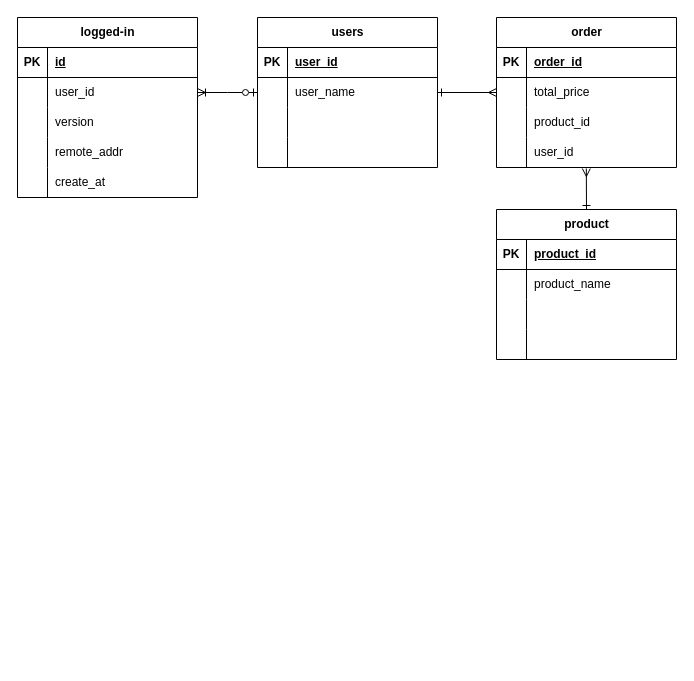
This is userErd.drawio from choiminwoo2/data-storage, a draw.io file, before an edit. Source tidied: cells renumbered, new cells numbered last; positions are measured from the earlier drawing's top-left corner, leaving out a move shared by most shapes. Both pictures are drawn from the tidied source at 100%, with x=0, y=0 at pixel (17, 17).
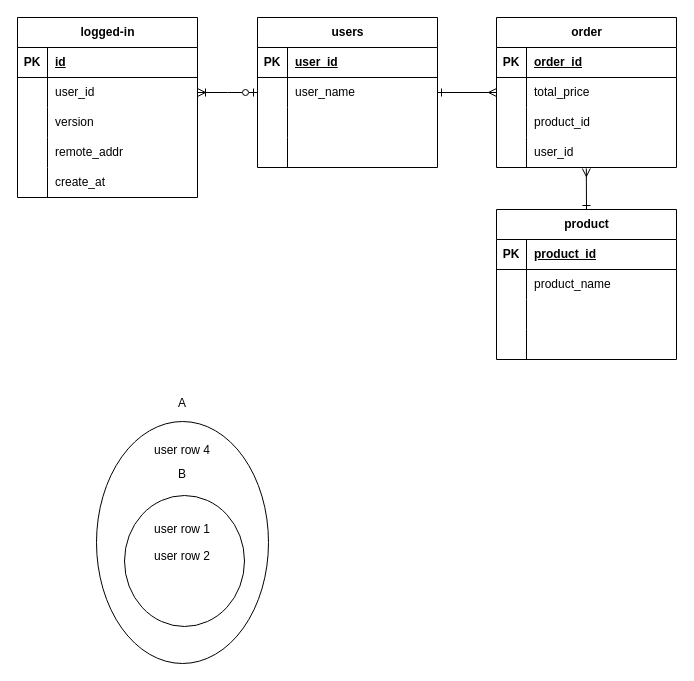
The same diagram, later.

The edit, as a diff of the source:
```diff
@@
+    <mxCell id="60" style="ellipse;whiteSpace=wrap;html=1;" parent="1" vertex="1">
+      <mxGeometry x="79" y="404" width="172" height="242" as="geometry" />
+    </mxCell>
+    <mxCell id="61" value="A" style="text;html=1;align=center;verticalAlign=middle;whiteSpace=wrap;rounded=0;" parent="1" vertex="1">
+      <mxGeometry x="135" y="371" width="60" height="30" as="geometry" />
+    </mxCell>
+    <mxCell id="62" style="ellipse;whiteSpace=wrap;html=1;" parent="1" vertex="1">
+      <mxGeometry x="107" y="478" width="120" height="131" as="geometry" />
+    </mxCell>
+    <mxCell id="63" value="B" style="text;html=1;align=center;verticalAlign=middle;whiteSpace=wrap;rounded=0;" parent="1" vertex="1">
+      <mxGeometry x="135" y="442" width="60" height="30" as="geometry" />
+    </mxCell>
+    <mxCell id="64" value="user row 4" style="text;html=1;align=center;verticalAlign=middle;whiteSpace=wrap;rounded=0;" parent="1" vertex="1">
+      <mxGeometry x="135" y="418" width="60" height="30" as="geometry" />
+    </mxCell>
+    <mxCell id="65" value="user row 1" style="text;html=1;align=center;verticalAlign=middle;whiteSpace=wrap;rounded=0;" parent="1" vertex="1">
+      <mxGeometry x="135" y="497" width="60" height="30" as="geometry" />
+    </mxCell>
+    <mxCell id="66" value="user row 2" style="text;html=1;align=center;verticalAlign=middle;whiteSpace=wrap;rounded=0;" parent="1" vertex="1">
+      <mxGeometry x="135" y="524" width="60" height="30" as="geometry" />
+    </mxCell>
```
